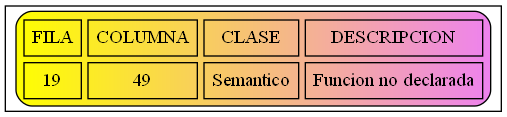
Before: Errores.png, a diagram exported from Graphviz (JoseMore99/OLC2_P1_201701015). Its source is kept beside it as Errores.dot.
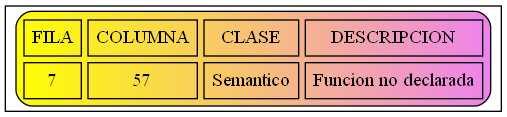
Later version of the same file.

The edit, as a diff of the source:
```diff
@@ -2,6 +2,6 @@
 node [shape=record];
 a0 [label=<<TABLE border="1" cellspacing="5" cellpadding="5" style="rounded" bgcolor="yellow:violet">
 "<TR><TD>FILA</TD><TD>COLUMNA</TD><TD>CLASE</TD><TD>DESCRIPCION</TD></TR>
-<TR><TD>19</TD><TD>49</TD><TD>Semantico</TD><TD>Funcion no declarada</TD></TR>
+<TR><TD>7</TD><TD>57</TD><TD>Semantico</TD><TD>Funcion no declarada</TD></TR>
 </TABLE>>];
 }
```
